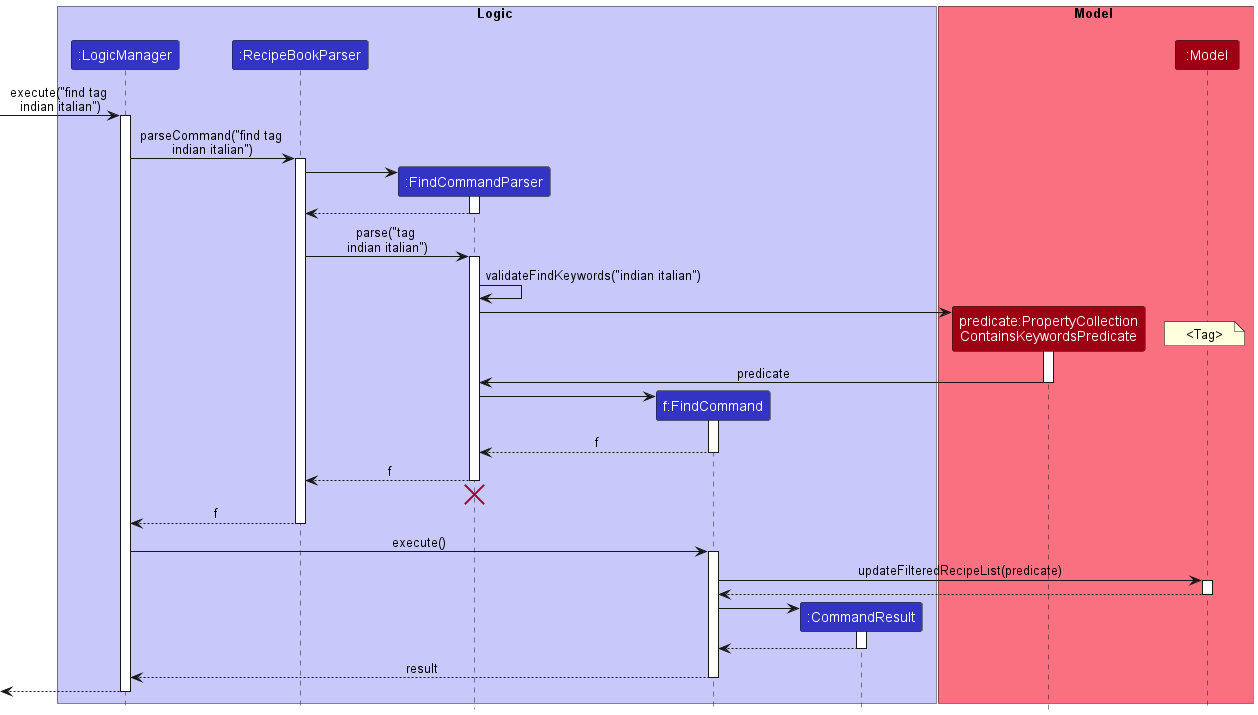
This is docs/images/FindSequenceDiagram.png from nus-cs2103-AY2223S2/tp, a PlantUML export, as it was before one commit.
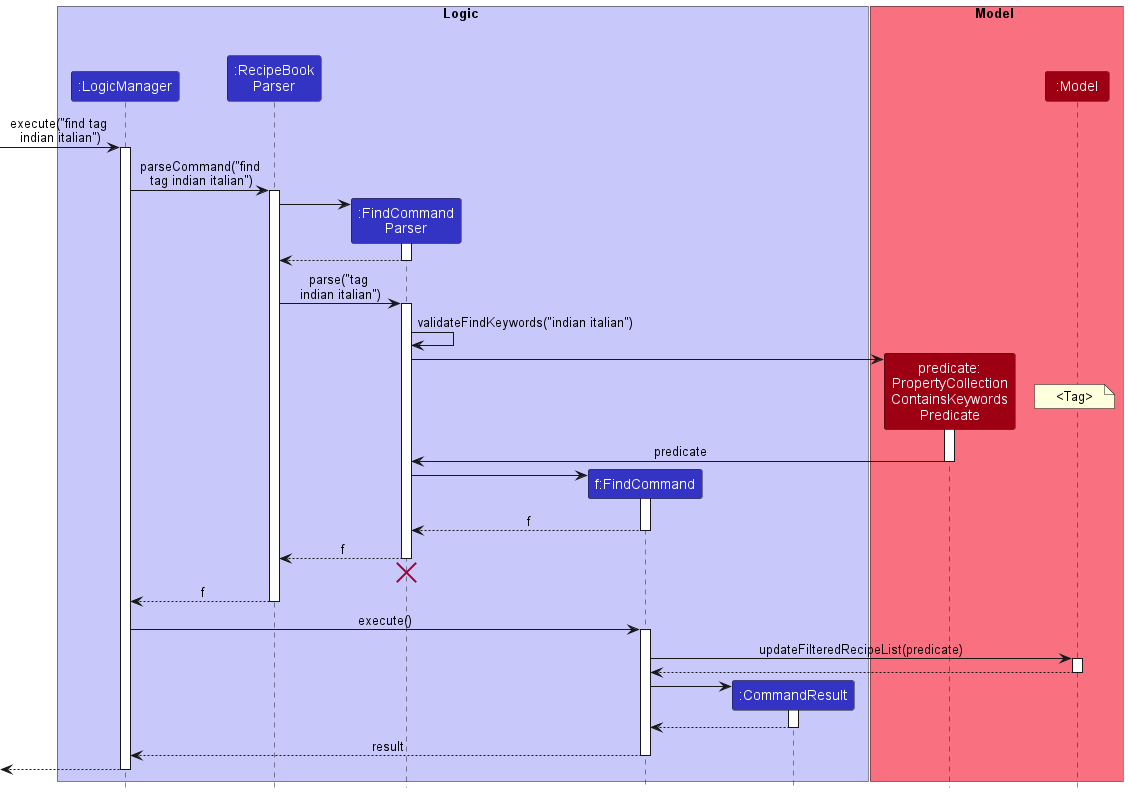
Above is the later version.

What changed in the source:
```diff
@@ -3,21 +3,21 @@
 
 box Logic LOGIC_COLOR_T1
 participant ":LogicManager" as LogicManager LOGIC_COLOR
-participant ":RecipeBookParser" as RecipeBookParser LOGIC_COLOR
-participant ":FindCommandParser" as FindCommandParser LOGIC_COLOR
+participant ":RecipeBook\nParser" as RecipeBookParser LOGIC_COLOR
+participant ":FindCommand\nParser" as FindCommandParser LOGIC_COLOR
 participant "f:FindCommand" as FindCommand LOGIC_COLOR
 participant ":CommandResult" as CommandResult LOGIC_COLOR
 end box
 
 box Model MODEL_COLOR_T1
-participant "predicate:PropertyCollection\nContainsKeywordsPredicate" as PropertyCollectionContainsKeywordsPredicate MODEL_COLOR
+participant "predicate:\nPropertyCollection\nContainsKeywords\nPredicate" as PropertyCollectionContainsKeywordsPredicate MODEL_COLOR
 participant ":Model" as Model MODEL_COLOR
 end box
 
 [-> LogicManager : execute("find tag \nindian italian")
 activate LogicManager
 
-LogicManager -> RecipeBookParser : parseCommand("find tag \nindian italian")
+LogicManager -> RecipeBookParser : parseCommand("find\n tag indian italian")
 activate RecipeBookParser
 
 create FindCommandParser
```
